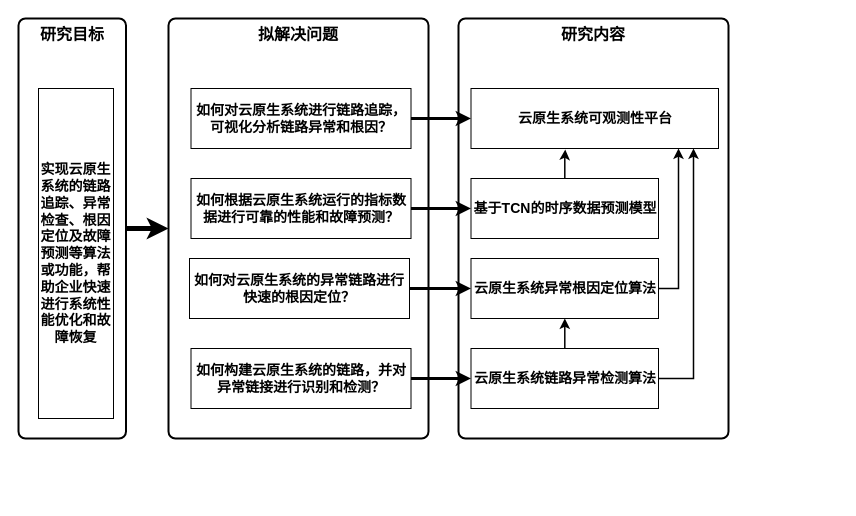
Above: page "研究框架" (11 of 12) of shrine-doc/论文相关.drawio in easefulfil/CLOUDCARE (draw.io), before the change. Source tidied: cells renumbered, new cells numbered last; positions are measured from the earlier drawing's top-left corner, leaving out a move shared by most shapes. Both pictures are drawn from the tidied source at 100%, with x=0, y=0 at pixel (18, 18).
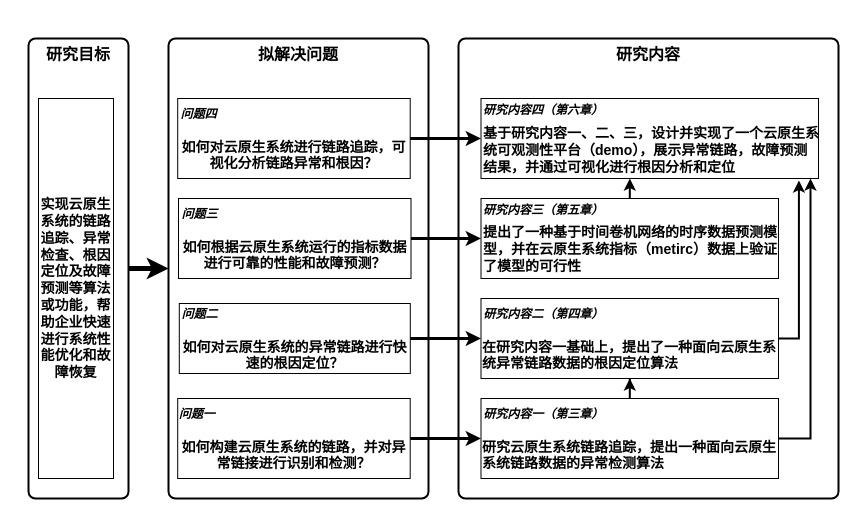
The same page after the edit.

Commit message:
更新论文相关.drawio

Change to the diagram source:
```diff
@@
     <mxCell id="3" value="&lt;div style=&quot;text-align: start;&quot;&gt;&lt;span style=&quot;background-color: initial;&quot;&gt;&lt;font size=&quot;3&quot;&gt;研究目标&lt;/font&gt;&lt;/span&gt;&lt;/div&gt;" style="rounded=1;whiteSpace=wrap;html=1;absoluteArcSize=1;arcSize=14;strokeWidth=2;fontSize=14;fontStyle=1;verticalAlign=top;" parent="1" vertex="1">
-      <mxGeometry width="107.5" height="420" as="geometry" />
+      <mxGeometry x="10" y="20" width="100" height="460" as="geometry" />
     </mxCell>
     <mxCell id="4" value="&lt;font style=&quot;font-size: 14px;&quot;&gt;&lt;b&gt;&lt;span style=&quot;text-align: start; font-family: 仿宋_GB2312; font-size: 14px;&quot;&gt;实现云原生系统的&lt;/span&gt;&lt;span style=&quot;text-align: start; font-family: 仿宋_GB2312; font-size: 14px;&quot;&gt;链路追踪、异常检查、根因定位及故障预测等算法或功能，帮助&lt;/span&gt;&lt;span style=&quot;text-align: start; font-size: 14px;&quot;&gt;&lt;/span&gt;企业快速进行系统性能优化和故障恢复&lt;br style=&quot;font-size: 14px;&quot;&gt;&lt;/b&gt;&lt;/font&gt;&lt;span style=&quot;font-size: 14px; text-align: start;&quot;&gt;&lt;/span&gt;" style="rounded=0;whiteSpace=wrap;html=1;fontSize=14;" parent="1" vertex="1">
-      <mxGeometry x="20" y="70" width="75" height="330" as="geometry" />
+      <mxGeometry x="20" y="80" width="75" height="380" as="geometry" />
     </mxCell>
     <mxCell id="5" value="&lt;div style=&quot;text-align: start;&quot;&gt;&lt;span style=&quot;background-color: initial;&quot;&gt;&lt;font size=&quot;3&quot;&gt;拟解决问题&lt;/font&gt;&lt;/span&gt;&lt;/div&gt;" style="rounded=1;whiteSpace=wrap;html=1;absoluteArcSize=1;arcSize=14;strokeWidth=2;fontSize=14;fontStyle=1;verticalAlign=top;" parent="1" vertex="1">
-      <mxGeometry x="150" width="260" height="420" as="geometry" />
+      <mxGeometry x="150" y="20" width="260" height="460" as="geometry" />
     </mxCell>
-    <mxCell id="6" value="如何对云原生系统进行链路追踪，可视化分析链路异常和根因？" style="rounded=0;whiteSpace=wrap;html=1;fontStyle=1;fontSize=14;" parent="1" vertex="1">
-      <mxGeometry x="172.5" y="70" width="220" height="60" as="geometry" />
+    <mxCell id="6" value="&lt;i style=&quot;border-color: var(--border-color);&quot;&gt;&lt;font style=&quot;border-color: var(--border-color); font-size: 12px;&quot;&gt;问题四&amp;nbsp; &amp;nbsp; &amp;nbsp; &amp;nbsp; &amp;nbsp; &amp;nbsp; &amp;nbsp; &amp;nbsp; &amp;nbsp; &amp;nbsp; &amp;nbsp; &amp;nbsp; &amp;nbsp; &amp;nbsp; &amp;nbsp; &amp;nbsp; &amp;nbsp; &amp;nbsp; &amp;nbsp; &amp;nbsp; &amp;nbsp; &amp;nbsp; &amp;nbsp; &amp;nbsp; &amp;nbsp; &amp;nbsp; &amp;nbsp; &amp;nbsp; &amp;nbsp;&lt;br&gt;&lt;/font&gt;&lt;/i&gt;&lt;br&gt;如何对云原生系统进行链路追踪，可视化分析链路异常和根因？" style="rounded=0;whiteSpace=wrap;html=1;fontStyle=1;fontSize=14;" parent="1" vertex="1">
+      <mxGeometry x="159.2" y="80" width="232.5" height="80" as="geometry" />
     </mxCell>
-    <mxCell id="7" value="如何根据云原生系统运行的指标数据进行可靠的性能和故障预测？" style="rounded=0;whiteSpace=wrap;html=1;fontStyle=1;fontSize=14;" parent="1" vertex="1">
-      <mxGeometry x="172.5" y="160" width="220" height="60" as="geometry" />
+    <mxCell id="7" value="&lt;i style=&quot;border-color: var(--border-color);&quot;&gt;&lt;font style=&quot;border-color: var(--border-color); font-size: 12px;&quot;&gt;问题三&amp;nbsp; &amp;nbsp; &amp;nbsp; &amp;nbsp; &amp;nbsp; &amp;nbsp; &amp;nbsp; &amp;nbsp; &amp;nbsp; &amp;nbsp; &amp;nbsp; &amp;nbsp; &amp;nbsp; &amp;nbsp; &amp;nbsp; &amp;nbsp; &amp;nbsp; &amp;nbsp; &amp;nbsp; &amp;nbsp; &amp;nbsp; &amp;nbsp; &amp;nbsp; &amp;nbsp; &amp;nbsp; &amp;nbsp; &amp;nbsp; &amp;nbsp; &amp;nbsp;&lt;br&gt;&lt;/font&gt;&lt;/i&gt;&lt;br&gt;如何根据云原生系统运行的指标数据进行可靠的性能和故障预测？" style="rounded=0;whiteSpace=wrap;html=1;fontStyle=1;fontSize=14;" parent="1" vertex="1">
+      <mxGeometry x="160" y="180" width="232.5" height="80" as="geometry" />
     </mxCell>
-    <mxCell id="8" value="如何对云原生系统的异常链路进行快速的根因定位？" style="rounded=0;whiteSpace=wrap;html=1;fontStyle=1;fontSize=14;" parent="1" vertex="1">
-      <mxGeometry x="171" y="240" width="220" height="60" as="geometry" />
+    <mxCell id="8" value="&lt;i style=&quot;border-color: var(--border-color);&quot;&gt;&lt;font style=&quot;border-color: var(--border-color); font-size: 12px;&quot;&gt;问题二&amp;nbsp; &amp;nbsp; &amp;nbsp; &amp;nbsp; &amp;nbsp; &amp;nbsp; &amp;nbsp; &amp;nbsp; &amp;nbsp; &amp;nbsp; &amp;nbsp; &amp;nbsp; &amp;nbsp; &amp;nbsp; &amp;nbsp; &amp;nbsp; &amp;nbsp; &amp;nbsp; &amp;nbsp; &amp;nbsp; &amp;nbsp; &amp;nbsp; &amp;nbsp; &amp;nbsp; &amp;nbsp; &amp;nbsp; &amp;nbsp; &amp;nbsp; &amp;nbsp;&lt;/font&gt;&lt;/i&gt;&lt;br&gt;&lt;br&gt;如何对云原生系统的异常链路进行快速的根因定位？" style="rounded=0;whiteSpace=wrap;html=1;fontStyle=1;fontSize=14;" parent="1" vertex="1">
+      <mxGeometry x="160.8" y="285" width="231" height="70" as="geometry" />
     </mxCell>
-    <mxCell id="9" value="如何构建云原生系统的链路，并对异常链接进行识别和检测？" style="rounded=0;whiteSpace=wrap;html=1;fontStyle=1;fontSize=14;" parent="1" vertex="1">
-      <mxGeometry x="172.5" y="330" width="220" height="60" as="geometry" />
+    <mxCell id="9" value="&lt;i&gt;&lt;font style=&quot;font-size: 12px;&quot;&gt;问题一&amp;nbsp; &amp;nbsp; &amp;nbsp; &amp;nbsp; &amp;nbsp; &amp;nbsp; &amp;nbsp; &amp;nbsp; &amp;nbsp; &amp;nbsp; &amp;nbsp; &amp;nbsp; &amp;nbsp; &amp;nbsp; &amp;nbsp; &amp;nbsp; &amp;nbsp; &amp;nbsp; &amp;nbsp; &amp;nbsp; &amp;nbsp; &amp;nbsp; &amp;nbsp; &amp;nbsp; &amp;nbsp; &amp;nbsp; &amp;nbsp; &amp;nbsp; &amp;nbsp;&amp;nbsp;&lt;br&gt;&lt;/font&gt;&lt;/i&gt;&lt;br&gt;如何构建云原生系统的链路，并对异常链接进行识别和检测？" style="rounded=0;whiteSpace=wrap;html=1;fontStyle=1;fontSize=14;" parent="1" vertex="1">
+      <mxGeometry x="159.2" y="380" width="232.5" height="80" as="geometry" />
     </mxCell>
     <mxCell id="10" value="&lt;div style=&quot;text-align: start;&quot;&gt;&lt;font size=&quot;3&quot;&gt;研究内容&lt;/font&gt;&lt;/div&gt;" style="rounded=1;whiteSpace=wrap;html=1;absoluteArcSize=1;arcSize=14;strokeWidth=2;fontSize=14;fontStyle=1;verticalAlign=top;" parent="1" vertex="1">
-      <mxGeometry x="440" width="270" height="420" as="geometry" />
+      <mxGeometry x="440" y="20" width="380" height="460" as="geometry" />
     </mxCell>
-    <mxCell id="11" value="&lt;a style=&quot;border-color: var(--border-color); text-align: start; font-size: 14px;&quot; name=&quot;_Toc151924756&quot;&gt;&lt;font style=&quot;font-size: 14px;&quot;&gt;云原生系统可观测性平台&lt;/font&gt;&lt;br style=&quot;border-color: var(--border-color); font-size: 14px;&quot;&gt;&lt;/a&gt;" style="rounded=0;whiteSpace=wrap;html=1;fontStyle=1;fontSize=14;" parent="1" vertex="1">
-      <mxGeometry x="452.5" y="70" width="247.5" height="60" as="geometry" />
+    <mxCell id="11" value="&lt;div style=&quot;&quot;&gt;&lt;i style=&quot;&quot;&gt;&lt;font style=&quot;font-size: 12px;&quot;&gt;研究内容四（第六章）&amp;nbsp; &amp;nbsp; &amp;nbsp; &amp;nbsp; &amp;nbsp; &amp;nbsp; &amp;nbsp; &amp;nbsp; &amp;nbsp; &amp;nbsp; &amp;nbsp; &amp;nbsp; &amp;nbsp; &amp;nbsp; &amp;nbsp; &amp;nbsp; &amp;nbsp; &amp;nbsp; &amp;nbsp; &amp;nbsp; &amp;nbsp; &amp;nbsp; &amp;nbsp; &amp;nbsp; &amp;nbsp; &amp;nbsp; &amp;nbsp; &amp;nbsp; &amp;nbsp; &amp;nbsp; &amp;nbsp;&lt;/font&gt;&lt;/i&gt;&lt;/div&gt;&lt;div style=&quot;font-size: 6px;&quot;&gt;&lt;br&gt;&lt;/div&gt;&lt;a style=&quot;border-color: var(--border-color);&quot; name=&quot;_Toc151924756&quot;&gt;&lt;/a&gt;&lt;div style=&quot;&quot;&gt;&lt;a style=&quot;border-color: var(--border-color);&quot; name=&quot;_Toc151924756&quot;&gt;&lt;/a&gt;&lt;a style=&quot;background-color: initial; border-color: var(--border-color);&quot; name=&quot;_Toc151924756&quot;&gt;基于研究内容一、二、三，设计并实现了一个云原生系统可观测性平台（demo），展示异常链路，故障预测结果，并通过可视化进行根因分析和定位&lt;/a&gt;&lt;/div&gt;" style="rounded=0;whiteSpace=wrap;html=1;fontStyle=1;fontSize=14;align=left;" parent="1" vertex="1">
+      <mxGeometry x="462.5" y="80" width="337.5" height="80" as="geometry" />
     </mxCell>
-    <mxCell id="12" value="云原生系统异常根因定位算法" style="rounded=0;whiteSpace=wrap;html=1;fontStyle=1;fontSize=14;" parent="1" vertex="1">
-      <mxGeometry x="452.5" y="240" width="187.5" height="60" as="geometry" />
+    <mxCell id="12" value="&lt;div style=&quot;&quot;&gt;&lt;a style=&quot;background-color: initial; border-color: var(--border-color);&quot; name=&quot;_Toc151924756&quot;&gt;&lt;i&gt;&lt;font style=&quot;font-size: 12px;&quot;&gt;研究内容二（第四章）&amp;nbsp; &amp;nbsp; &amp;nbsp; &amp;nbsp; &amp;nbsp; &amp;nbsp; &amp;nbsp; &amp;nbsp; &amp;nbsp; &amp;nbsp; &amp;nbsp; &amp;nbsp; &amp;nbsp; &amp;nbsp; &amp;nbsp; &amp;nbsp; &amp;nbsp; &amp;nbsp; &amp;nbsp; &amp;nbsp; &amp;nbsp; &amp;nbsp; &amp;nbsp; &amp;nbsp; &amp;nbsp; &amp;nbsp;&amp;nbsp;&lt;/font&gt;&lt;/i&gt;&lt;/a&gt;&lt;/div&gt;&lt;div style=&quot;text-align: left;&quot;&gt;&lt;span style=&quot;background-color: initial;&quot;&gt;&lt;br&gt;&lt;/span&gt;&lt;/div&gt;&lt;div style=&quot;text-align: left;&quot;&gt;&lt;span style=&quot;background-color: initial;&quot;&gt;在研究内容一基础上，提出了一种面向云原生系统异常链路数据的根因定位算法&lt;/span&gt;&lt;/div&gt;" style="rounded=0;whiteSpace=wrap;html=1;fontStyle=1;fontSize=14;align=center;" parent="1" vertex="1">
+      <mxGeometry x="462.5" y="280" width="297.5" height="80" as="geometry" />
     </mxCell>
-    <mxCell id="13" style="edgeStyle=orthogonalEdgeStyle;rounded=0;jettySize=auto;html=1;strokeWidth=1.5;fontStyle=1;fontSize=14;" parent="1" edge="1" source="14" target="12">
+    <mxCell id="13" style="edgeStyle=orthogonalEdgeStyle;rounded=0;jettySize=auto;html=1;strokeWidth=2;fontStyle=1;fontSize=14;" parent="1" edge="1" source="14" target="12">
       <mxGeometry relative="1" as="geometry" />
     </mxCell>
-    <mxCell id="14" value="&lt;a style=&quot;border-color: var(--border-color); text-align: start; font-size: 14px;&quot; name=&quot;_Toc151924756&quot;&gt;&lt;font style=&quot;font-size: 14px;&quot;&gt;云原生系统链路异常检测算法&lt;/font&gt;&lt;/a&gt;" style="rounded=0;whiteSpace=wrap;html=1;fontStyle=1;fontSize=14;" parent="1" vertex="1">
-      <mxGeometry x="452.5" y="330" width="187.5" height="60" as="geometry" />
+    <mxCell id="14" value="&lt;a style=&quot;border-color: var(--border-color);&quot; name=&quot;_Toc151924756&quot;&gt;&lt;font style=&quot;&quot;&gt;&lt;font style=&quot;font-size: 12px;&quot;&gt;&lt;i&gt;研究内容一（第三章）&amp;nbsp; &amp;nbsp; &amp;nbsp; &amp;nbsp; &amp;nbsp; &amp;nbsp; &amp;nbsp; &amp;nbsp; &amp;nbsp; &amp;nbsp; &amp;nbsp; &amp;nbsp; &amp;nbsp; &amp;nbsp; &amp;nbsp; &amp;nbsp; &amp;nbsp; &amp;nbsp; &amp;nbsp; &amp;nbsp; &amp;nbsp; &amp;nbsp; &amp;nbsp; &amp;nbsp; &amp;nbsp; &amp;nbsp;&amp;nbsp;&lt;/i&gt;&lt;/font&gt;&lt;br&gt;&lt;br&gt;&lt;/font&gt;&lt;/a&gt;&lt;font style=&quot;&quot;&gt;&lt;div style=&quot;text-align: left;&quot;&gt;&lt;a style=&quot;border-color: var(--border-color);&quot; name=&quot;_Toc151924756&quot;&gt;&lt;/a&gt;&lt;a style=&quot;background-color: initial; border-color: var(--border-color);&quot; name=&quot;_Toc151924756&quot;&gt;研究云原生系统链路追踪，提出一种面向云原生系统链路数据的异常检测算法&lt;/a&gt;&lt;/div&gt;&lt;/font&gt;" style="rounded=0;whiteSpace=wrap;html=1;fontStyle=1;fontSize=14;" parent="1" vertex="1">
+      <mxGeometry x="462.5" y="380" width="297.5" height="80" as="geometry" />
     </mxCell>
@@
-    <mxCell id="16" style="edgeStyle=orthogonalEdgeStyle;rounded=0;jettySize=auto;html=1;strokeWidth=1.5;fontStyle=1;fontSize=14;" parent="1" edge="1" source="12">
-      <mxGeometry relative="1" as="geometry">
-        <mxPoint x="660" y="130" as="targetPoint" />
-        <Array as="points">
-          <mxPoint x="660" y="270" />
-          <mxPoint x="660" y="133" />
-        </Array>
-      </mxGeometry>
-    </mxCell>
-    <mxCell id="17" style="edgeStyle=orthogonalEdgeStyle;rounded=0;jettySize=auto;html=1;strokeWidth=1.5;fontStyle=1;fontSize=14;" parent="1" edge="1" source="14">
-      <mxGeometry relative="1" as="geometry">
-        <mxPoint x="675" y="130" as="targetPoint" />
-        <Array as="points">
-          <mxPoint x="675" y="360" />
-        </Array>
-      </mxGeometry>
-    </mxCell>
-    <mxCell id="18" value="基于TCN的时序数据预测模型" style="rounded=0;whiteSpace=wrap;html=1;fontStyle=1;fontSize=14;" parent="1" vertex="1">
-      <mxGeometry x="452.5" y="160" width="187.5" height="60" as="geometry" />
+    <mxCell id="18" value="&lt;div style=&quot;font-size: 12px;&quot;&gt;&lt;a style=&quot;background-color: initial; border-color: var(--border-color);&quot; name=&quot;_Toc151924756&quot;&gt;&lt;i style=&quot;&quot;&gt;&lt;font style=&quot;font-size: 12px;&quot;&gt;研究内容三（第五章）&amp;nbsp; &amp;nbsp; &amp;nbsp; &amp;nbsp; &amp;nbsp; &amp;nbsp; &amp;nbsp; &amp;nbsp; &amp;nbsp; &amp;nbsp; &amp;nbsp; &amp;nbsp; &amp;nbsp; &amp;nbsp; &amp;nbsp; &amp;nbsp; &amp;nbsp; &amp;nbsp; &amp;nbsp; &amp;nbsp; &amp;nbsp; &amp;nbsp; &amp;nbsp; &amp;nbsp; &amp;nbsp; &amp;nbsp;&amp;nbsp;&lt;/font&gt;&lt;/i&gt;&lt;/a&gt;&lt;/div&gt;&lt;div style=&quot;font-size: 6px;&quot;&gt;&lt;a style=&quot;background-color: initial; border-color: var(--border-color);&quot; name=&quot;_Toc151924756&quot;&gt;&lt;i style=&quot;&quot;&gt;&lt;font style=&quot;font-size: 6px;&quot;&gt;&lt;br&gt;&lt;/font&gt;&lt;/i&gt;&lt;/a&gt;&lt;/div&gt;提出了一种基于时间卷机网络的时序数据预测模型，并在云原生系统指标（metirc）数据上验证了模型的可行性" style="rounded=0;whiteSpace=wrap;html=1;fontStyle=1;fontSize=14;align=left;" parent="1" vertex="1">
+      <mxGeometry x="462.5" y="180" width="297.5" height="80" as="geometry" />
     </mxCell>
@@
+    <mxCell id="23" style="edgeStyle=orthogonalEdgeStyle;rounded=0;jettySize=auto;html=1;strokeWidth=2;" parent="1" edge="1" source="14">
+      <mxGeometry relative="1" as="geometry">
+        <mxPoint x="792" y="160" as="targetPoint" />
+        <Array as="points">
+          <mxPoint x="792" y="420" />
+        </Array>
+      </mxGeometry>
+    </mxCell>
-    <mxCell id="22" style="edgeStyle=orthogonalEdgeStyle;rounded=0;jettySize=auto;html=1;entryX=0.381;entryY=1.018;entryDx=0;entryDy=0;entryPerimeter=0;strokeWidth=1.5;fontStyle=1;fontSize=14;" parent="1" edge="1" source="18" target="11">
+    <mxCell id="22" style="edgeStyle=orthogonalEdgeStyle;rounded=0;jettySize=auto;html=1;entryX=0.44;entryY=1;entryDx=0;entryDy=0;entryPerimeter=0;strokeWidth=2;" parent="1" edge="1" source="18" target="11">
       <mxGeometry relative="1" as="geometry" />
     </mxCell>
+    <mxCell id="24" style="edgeStyle=orthogonalEdgeStyle;rounded=0;jettySize=auto;html=1;entryX=0.942;entryY=1.026;entryDx=0;entryDy=0;entryPerimeter=0;strokeWidth=2;" parent="1" edge="1" source="12" target="11">
+      <mxGeometry relative="1" as="geometry">
+        <Array as="points">
+          <mxPoint x="780" y="320" />
+        </Array>
+      </mxGeometry>
+    </mxCell>
```
